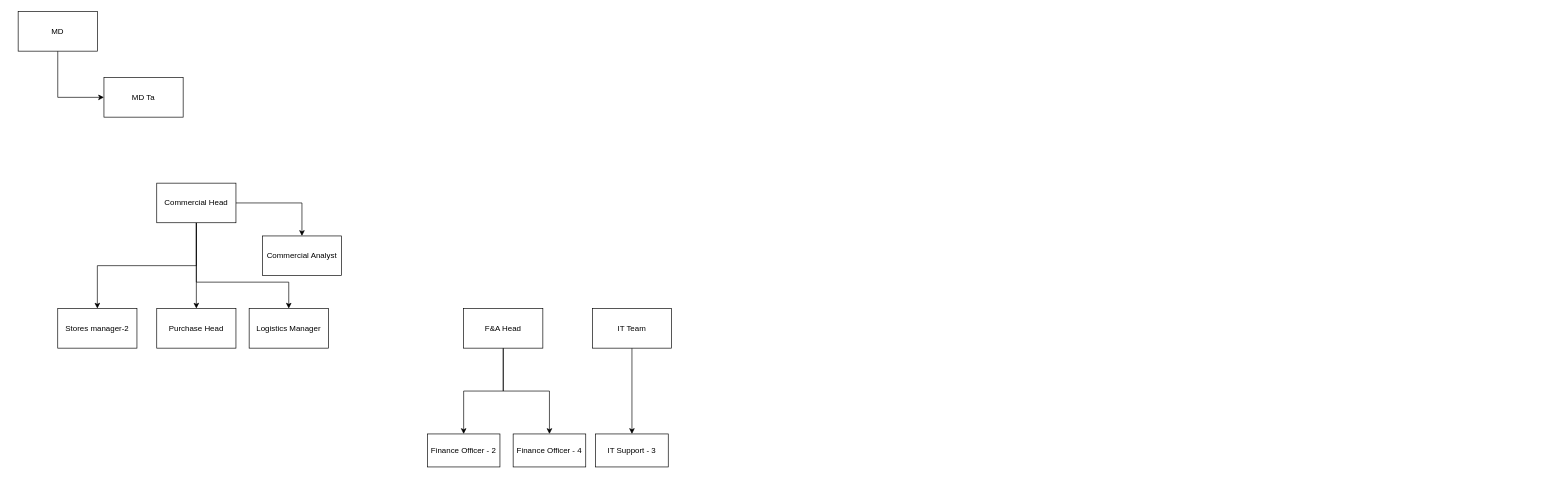
Above: anrml-ceo.drawio in apathre/ANRML_org_charts (draw.io), before the change. Source tidied: cells renumbered, new cells numbered last; positions are measured from the earlier drawing's top-left corner, leaving out a move shared by most shapes. Both pictures are drawn from the tidied source at 66%, with x=0, y=0 at pixel (18, 11).
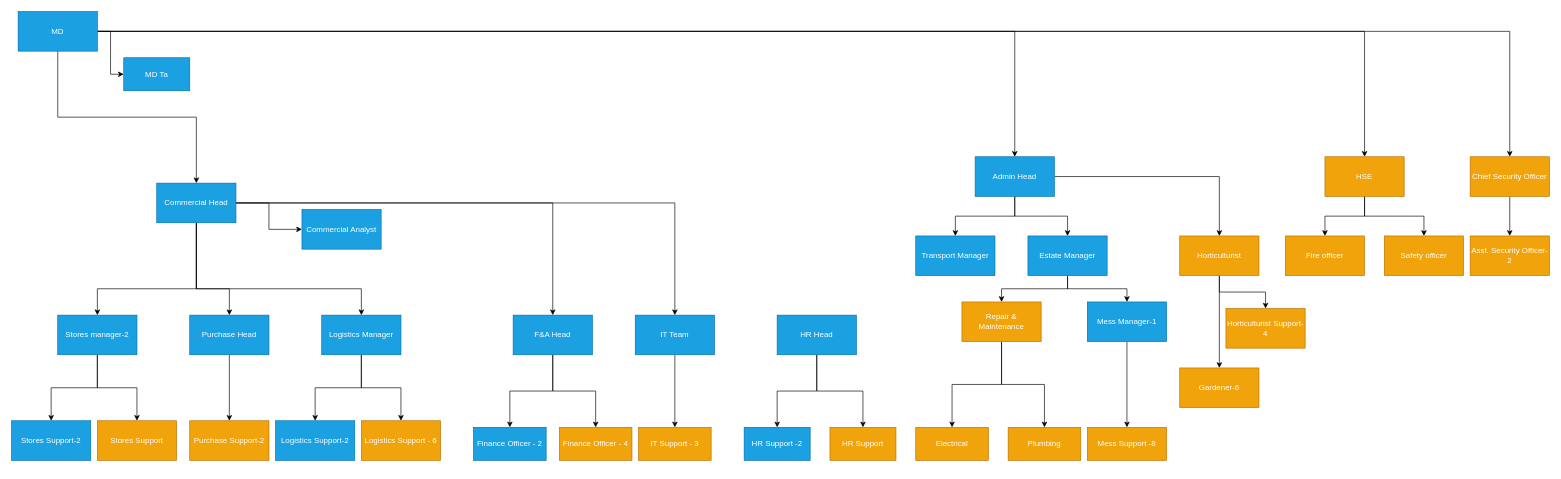
The same diagram, later.

The edit, as a diff of the source:
```diff
@@
-    <mxCell id="2" style="edgeStyle=orthogonalEdgeStyle;rounded=0;jettySize=auto;html=1;exitX=0.5;exitY=1;exitDx=0;exitDy=0;entryX=0;entryY=0.5;entryDx=0;entryDy=0;" parent="1" edge="1" source="3" target="4">
+    <mxCell id="2" style="edgeStyle=orthogonalEdgeStyle;rounded=0;jettySize=auto;html=1;entryX=0;entryY=0.5;entryDx=0;entryDy=0;exitX=1;exitY=0.5;exitDx=0;exitDy=0;" parent="1" edge="1" source="3" target="4">
       <mxGeometry relative="1" as="geometry" />
     </mxCell>
+    <mxCell id="22" style="edgeStyle=orthogonalEdgeStyle;rounded=0;jettySize=auto;html=1;exitX=0.5;exitY=1;exitDx=0;exitDy=0;entryX=0.5;entryY=0;entryDx=0;entryDy=0;" parent="1" edge="1" source="3" target="9">
+      <mxGeometry relative="1" as="geometry" />
+    </mxCell>
+    <mxCell id="23" style="edgeStyle=orthogonalEdgeStyle;rounded=0;jettySize=auto;html=1;exitX=1;exitY=0.5;exitDx=0;exitDy=0;entryX=0.5;entryY=0;entryDx=0;entryDy=0;" parent="1" edge="1" source="3" target="66">
+      <mxGeometry relative="1" as="geometry" />
+    </mxCell>
+    <mxCell id="24" style="edgeStyle=orthogonalEdgeStyle;rounded=0;jettySize=auto;html=1;exitX=1;exitY=0.5;exitDx=0;exitDy=0;" parent="1" edge="1" source="3" target="70">
+      <mxGeometry relative="1" as="geometry" />
+    </mxCell>
+    <mxCell id="25" style="edgeStyle=orthogonalEdgeStyle;rounded=0;jettySize=auto;html=1;exitX=1;exitY=0.5;exitDx=0;exitDy=0;entryX=0.5;entryY=0;entryDx=0;entryDy=0;" parent="1" edge="1" source="3" target="63">
+      <mxGeometry relative="1" as="geometry" />
+    </mxCell>
-    <mxCell id="3" value="MD" style="rounded=0;whiteSpace=wrap;html=1;" parent="1" vertex="1">
+    <mxCell id="3" value="MD" style="rounded=0;whiteSpace=wrap;html=1;fillColor=#1ba1e2;strokeColor=#006EAF;fontColor=#ffffff;" parent="1" vertex="1">
       <mxGeometry width="120" height="60" as="geometry" />
     </mxCell>
-    <mxCell id="4" value="MD Ta" style="rounded=0;whiteSpace=wrap;html=1;" parent="1" vertex="1">
-      <mxGeometry x="130" y="100" width="120" height="60" as="geometry" />
+    <mxCell id="4" value="MD Ta" style="rounded=0;whiteSpace=wrap;html=1;fillColor=#1ba1e2;strokeColor=#006EAF;fontColor=#ffffff;" parent="1" vertex="1">
+      <mxGeometry x="160" y="70" width="100" height="50" as="geometry" />
     </mxCell>
@@
-    <mxCell id="6" style="edgeStyle=orthogonalEdgeStyle;rounded=0;jettySize=auto;html=1;exitX=0.5;exitY=1;exitDx=0;exitDy=0;" parent="1" edge="1" source="9" target="13">
+    <mxCell id="6" style="edgeStyle=orthogonalEdgeStyle;rounded=0;jettySize=auto;html=1;exitX=0.5;exitY=1;exitDx=0;exitDy=0;entryX=0.5;entryY=0;entryDx=0;entryDy=0;" parent="1" edge="1" source="9" target="13">
       <mxGeometry relative="1" as="geometry">
         <Array as="points">
-          <mxPoint x="270" y="410" />
-          <mxPoint x="410" y="410" />
+          <mxPoint x="270" y="420" />
+          <mxPoint x="520" y="420" />
         </Array>
       </mxGeometry>
     </mxCell>
     <mxCell id="7" style="edgeStyle=orthogonalEdgeStyle;rounded=0;jettySize=auto;html=1;exitX=0.5;exitY=1;exitDx=0;exitDy=0;" parent="1" edge="1" source="9" target="11">
-      <mxGeometry relative="1" as="geometry" />
+      <mxGeometry relative="1" as="geometry">
+        <Array as="points">
+          <mxPoint x="270" y="420" />
+          <mxPoint x="320" y="420" />
+        </Array>
+      </mxGeometry>
     </mxCell>
     <mxCell id="8" style="edgeStyle=orthogonalEdgeStyle;rounded=0;jettySize=auto;html=1;exitX=0.5;exitY=1;exitDx=0;exitDy=0;" parent="1" edge="1" source="9" target="12">
-      <mxGeometry relative="1" as="geometry" />
+      <mxGeometry relative="1" as="geometry">
+        <Array as="points">
+          <mxPoint x="270" y="420" />
+          <mxPoint x="120" y="420" />
+        </Array>
+      </mxGeometry>
     </mxCell>
+    <mxCell id="26" style="edgeStyle=orthogonalEdgeStyle;rounded=0;jettySize=auto;html=1;exitX=1;exitY=0.5;exitDx=0;exitDy=0;" parent="1" edge="1" source="9" target="16">
+      <mxGeometry relative="1" as="geometry" />
+    </mxCell>
+    <mxCell id="27" style="edgeStyle=orthogonalEdgeStyle;rounded=0;jettySize=auto;html=1;exitX=1;exitY=0.5;exitDx=0;exitDy=0;" parent="1" edge="1" source="9" target="18">
+      <mxGeometry relative="1" as="geometry" />
+    </mxCell>
-    <mxCell id="9" value="Commercial Head" style="rounded=0;whiteSpace=wrap;html=1;" parent="1" vertex="1">
+    <mxCell id="9" value="Commercial Head" style="rounded=0;whiteSpace=wrap;html=1;fillColor=#1ba1e2;strokeColor=#006EAF;fontColor=#ffffff;" parent="1" vertex="1">
       <mxGeometry x="210" y="260" width="120" height="60" as="geometry" />
     </mxCell>
-    <mxCell id="10" value="Commercial Analyst" style="rounded=0;whiteSpace=wrap;html=1;" parent="1" vertex="1">
-      <mxGeometry x="370" y="340" width="120" height="60" as="geometry" />
+    <mxCell id="10" value="Commercial Analyst" style="rounded=0;whiteSpace=wrap;html=1;fillColor=#1ba1e2;strokeColor=#006EAF;fontColor=#ffffff;" parent="1" vertex="1">
+      <mxGeometry x="430" y="300" width="120" height="60" as="geometry" />
     </mxCell>
+    <mxCell id="28" style="edgeStyle=orthogonalEdgeStyle;rounded=0;jettySize=auto;html=1;exitX=0.5;exitY=1;exitDx=0;exitDy=0;" parent="1" edge="1" source="11" target="35">
+      <mxGeometry relative="1" as="geometry" />
+    </mxCell>
-    <mxCell id="11" value="Purchase Head" style="rounded=0;whiteSpace=wrap;html=1;" parent="1" vertex="1">
-      <mxGeometry x="210" y="450" width="120" height="60" as="geometry" />
+    <mxCell id="11" value="Purchase Head" style="rounded=0;whiteSpace=wrap;html=1;fillColor=#1ba1e2;strokeColor=#006EAF;fontColor=#ffffff;" parent="1" vertex="1">
+      <mxGeometry x="260" y="460" width="120" height="60" as="geometry" />
     </mxCell>
+    <mxCell id="29" style="edgeStyle=orthogonalEdgeStyle;rounded=0;jettySize=auto;html=1;" parent="1" edge="1" source="12" target="33">
+      <mxGeometry relative="1" as="geometry" />
+    </mxCell>
+    <mxCell id="30" style="edgeStyle=orthogonalEdgeStyle;rounded=0;jettySize=auto;html=1;exitX=0.5;exitY=1;exitDx=0;exitDy=0;entryX=0.5;entryY=0;entryDx=0;entryDy=0;" parent="1" edge="1" source="12" target="34">
+      <mxGeometry relative="1" as="geometry" />
+    </mxCell>
-    <mxCell id="12" value="Stores manager-2" style="rounded=0;whiteSpace=wrap;html=1;" parent="1" vertex="1">
-      <mxGeometry x="60" y="450" width="120" height="60" as="geometry" />
+    <mxCell id="12" value="Stores manager-2" style="rounded=0;whiteSpace=wrap;html=1;fillColor=#1ba1e2;strokeColor=#006EAF;fontColor=#ffffff;" parent="1" vertex="1">
+      <mxGeometry x="60" y="460" width="120" height="60" as="geometry" />
     </mxCell>
+    <mxCell id="31" style="edgeStyle=orthogonalEdgeStyle;rounded=0;jettySize=auto;html=1;exitX=0.5;exitY=1;exitDx=0;exitDy=0;" parent="1" edge="1" source="13" target="36">
+      <mxGeometry relative="1" as="geometry" />
+    </mxCell>
+    <mxCell id="32" style="edgeStyle=orthogonalEdgeStyle;rounded=0;jettySize=auto;html=1;exitX=0.5;exitY=1;exitDx=0;exitDy=0;" parent="1" edge="1" source="13" target="37">
+      <mxGeometry relative="1" as="geometry" />
+    </mxCell>
-    <mxCell id="13" value="Logistics Manager" style="rounded=0;whiteSpace=wrap;html=1;" parent="1" vertex="1">
-      <mxGeometry x="350" y="450" width="120" height="60" as="geometry" />
+    <mxCell id="13" value="Logistics Manager" style="rounded=0;whiteSpace=wrap;html=1;fillColor=#1ba1e2;strokeColor=#006EAF;fontColor=#ffffff;" parent="1" vertex="1">
+      <mxGeometry x="460" y="460" width="120" height="60" as="geometry" />
     </mxCell>
@@
-    <mxCell id="16" value="F&amp;amp;A Head" style="rounded=0;whiteSpace=wrap;html=1;" parent="1" vertex="1">
-      <mxGeometry x="675" y="450" width="120" height="60" as="geometry" />
+    <mxCell id="16" value="F&amp;amp;A Head" style="rounded=0;whiteSpace=wrap;html=1;fillColor=#1ba1e2;strokeColor=#006EAF;fontColor=#ffffff;" parent="1" vertex="1">
+      <mxGeometry x="750" y="460" width="120" height="60" as="geometry" />
     </mxCell>
@@
-    <mxCell id="18" value="IT Team" style="rounded=0;whiteSpace=wrap;html=1;" parent="1" vertex="1">
-      <mxGeometry x="870" y="450" width="120" height="60" as="geometry" />
+    <mxCell id="18" value="IT Team" style="rounded=0;whiteSpace=wrap;html=1;fillColor=#1ba1e2;strokeColor=#006EAF;fontColor=#ffffff;" parent="1" vertex="1">
+      <mxGeometry x="935" y="460" width="120" height="60" as="geometry" />
     </mxCell>
-    <mxCell id="19" value="IT Support - 3" style="rounded=0;whiteSpace=wrap;html=1;" parent="1" vertex="1">
-      <mxGeometry x="875" y="640" width="110" height="50" as="geometry" />
+    <mxCell id="19" value="IT Support - 3" style="rounded=0;whiteSpace=wrap;html=1;fillColor=#f0a30a;strokeColor=#BD7000;fontColor=#ffffff;" parent="1" vertex="1">
+      <mxGeometry x="940" y="630" width="110" height="50" as="geometry" />
     </mxCell>
-    <mxCell id="20" value="Finance Officer - 4" style="rounded=0;whiteSpace=wrap;html=1;" parent="1" vertex="1">
-      <mxGeometry x="750" y="640" width="110" height="50" as="geometry" />
+    <mxCell id="20" value="Finance Officer - 4" style="rounded=0;whiteSpace=wrap;html=1;fillColor=#f0a30a;strokeColor=#BD7000;fontColor=#ffffff;" parent="1" vertex="1">
+      <mxGeometry x="820" y="630" width="110" height="50" as="geometry" />
     </mxCell>
-    <mxCell id="21" value="Finance Officer - 2" style="rounded=0;whiteSpace=wrap;html=1;" parent="1" vertex="1">
-      <mxGeometry x="620" y="640" width="110" height="50" as="geometry" />
+    <mxCell id="21" value="Finance Officer - 2" style="rounded=0;whiteSpace=wrap;html=1;fillColor=#1ba1e2;strokeColor=#006EAF;fontColor=#ffffff;" parent="1" vertex="1">
+      <mxGeometry x="690" y="630" width="110" height="50" as="geometry" />
     </mxCell>
+    <mxCell id="33" value="Stores Support-2" style="whiteSpace=wrap;html=1;rounded=0;fillColor=#1ba1e2;strokeColor=#006EAF;fontColor=#ffffff;" parent="1" vertex="1">
+      <mxGeometry x="-10" y="620" width="120" height="60" as="geometry" />
+    </mxCell>
+    <mxCell id="34" value="Stores Support" style="rounded=0;whiteSpace=wrap;html=1;fillColor=#f0a30a;strokeColor=#BD7000;fontColor=#ffffff;" parent="1" vertex="1">
+      <mxGeometry x="120" y="620" width="120" height="60" as="geometry" />
+    </mxCell>
+    <mxCell id="35" value="Purchase Support-2" style="rounded=0;whiteSpace=wrap;html=1;fillColor=#f0a30a;strokeColor=#BD7000;fontColor=#ffffff;" parent="1" vertex="1">
+      <mxGeometry x="260" y="620" width="120" height="60" as="geometry" />
+    </mxCell>
+    <mxCell id="36" value="Logistics Support-2" style="rounded=0;whiteSpace=wrap;html=1;fillColor=#1ba1e2;strokeColor=#006EAF;fontColor=#ffffff;" parent="1" vertex="1">
+      <mxGeometry x="390" y="620" width="120" height="60" as="geometry" />
+    </mxCell>
+    <mxCell id="37" value="Logistics Support - 6" style="rounded=0;whiteSpace=wrap;html=1;fillColor=#f0a30a;strokeColor=#BD7000;fontColor=#ffffff;" parent="1" vertex="1">
+      <mxGeometry x="520" y="620" width="120" height="60" as="geometry" />
+    </mxCell>
+    <mxCell id="38" value="HR Support -2" style="rounded=0;whiteSpace=wrap;html=1;fillColor=#1ba1e2;strokeColor=#006EAF;fontColor=#ffffff;" parent="1" vertex="1">
+      <mxGeometry x="1100" y="630" width="100" height="50" as="geometry" />
+    </mxCell>
+    <mxCell id="39" value="HR Support" style="rounded=0;whiteSpace=wrap;html=1;fillColor=#f0a30a;strokeColor=#BD7000;fontColor=#ffffff;" parent="1" vertex="1">
+      <mxGeometry x="1230" y="630" width="100" height="50" as="geometry" />
+    </mxCell>
+    <mxCell id="40" style="edgeStyle=orthogonalEdgeStyle;rounded=0;jettySize=auto;html=1;exitX=0.5;exitY=1;exitDx=0;exitDy=0;entryX=0.5;entryY=0;entryDx=0;entryDy=0;" parent="1" edge="1" source="42" target="38">
+      <mxGeometry relative="1" as="geometry" />
+    </mxCell>
+    <mxCell id="41" style="edgeStyle=orthogonalEdgeStyle;rounded=0;jettySize=auto;html=1;exitX=0.5;exitY=1;exitDx=0;exitDy=0;" parent="1" edge="1" source="42" target="39">
+      <mxGeometry relative="1" as="geometry" />
+    </mxCell>
+    <mxCell id="42" value="HR Head" style="rounded=0;whiteSpace=wrap;html=1;fillColor=#1ba1e2;strokeColor=#006EAF;fontColor=#ffffff;" parent="1" vertex="1">
+      <mxGeometry x="1150" y="460" width="120" height="60" as="geometry" />
+    </mxCell>
+    <mxCell id="43" value="Transport Manager" style="rounded=0;whiteSpace=wrap;html=1;fillColor=#1ba1e2;strokeColor=#006EAF;fontColor=#ffffff;" parent="1" vertex="1">
+      <mxGeometry x="1360" y="340" width="120" height="60" as="geometry" />
+    </mxCell>
+    <mxCell id="44" style="edgeStyle=orthogonalEdgeStyle;rounded=0;jettySize=auto;html=1;" parent="1" edge="1" source="46" target="49">
+      <mxGeometry relative="1" as="geometry" />
+    </mxCell>
+    <mxCell id="45" style="edgeStyle=orthogonalEdgeStyle;rounded=0;jettySize=auto;html=1;exitX=0.5;exitY=1;exitDx=0;exitDy=0;" parent="1" edge="1" source="46" target="53">
+      <mxGeometry relative="1" as="geometry" />
+    </mxCell>
+    <mxCell id="46" value="Estate Manager" style="rounded=0;whiteSpace=wrap;html=1;fillColor=#1ba1e2;strokeColor=#006EAF;fontColor=#ffffff;" parent="1" vertex="1">
+      <mxGeometry x="1530" y="340" width="120" height="60" as="geometry" />
+    </mxCell>
+    <mxCell id="47" style="edgeStyle=orthogonalEdgeStyle;rounded=0;jettySize=auto;html=1;exitX=0.5;exitY=1;exitDx=0;exitDy=0;entryX=0.5;entryY=0;entryDx=0;entryDy=0;" parent="1" edge="1" source="49" target="51">
+      <mxGeometry relative="1" as="geometry" />
+    </mxCell>
+    <mxCell id="48" style="edgeStyle=orthogonalEdgeStyle;rounded=0;jettySize=auto;html=1;exitX=0.5;exitY=1;exitDx=0;exitDy=0;" parent="1" edge="1" source="49" target="50">
+      <mxGeometry relative="1" as="geometry" />
+    </mxCell>
+    <mxCell id="49" value="Repair &amp;amp; Maintenance" style="whiteSpace=wrap;html=1;rounded=0;fontColor=#ffffff;strokeColor=#BD7000;fillColor=#f0a30a;" parent="1" vertex="1">
+      <mxGeometry x="1430" y="440" width="120" height="60" as="geometry" />
+    </mxCell>
+    <mxCell id="50" value="Plumbing" style="rounded=0;whiteSpace=wrap;html=1;fillColor=#f0a30a;strokeColor=#BD7000;fontColor=#ffffff;" parent="1" vertex="1">
+      <mxGeometry x="1500" y="630" width="110" height="50" as="geometry" />
+    </mxCell>
+    <mxCell id="51" value="Electrical" style="rounded=0;whiteSpace=wrap;html=1;fillColor=#f0a30a;strokeColor=#BD7000;fontColor=#ffffff;" parent="1" vertex="1">
+      <mxGeometry x="1360" y="630" width="110" height="50" as="geometry" />
+    </mxCell>
+    <mxCell id="52" style="edgeStyle=orthogonalEdgeStyle;rounded=0;jettySize=auto;html=1;" parent="1" edge="1" source="53" target="54">
+      <mxGeometry relative="1" as="geometry" />
+    </mxCell>
+    <mxCell id="53" value="Mess Manager-1" style="rounded=0;whiteSpace=wrap;html=1;fillColor=#1ba1e2;strokeColor=#006EAF;fontColor=#ffffff;" parent="1" vertex="1">
+      <mxGeometry x="1620" y="440" width="120" height="60" as="geometry" />
+    </mxCell>
+    <mxCell id="54" value="Mess Support -8" style="rounded=0;whiteSpace=wrap;html=1;fillColor=#f0a30a;strokeColor=#BD7000;fontColor=#ffffff;" parent="1" vertex="1">
+      <mxGeometry x="1620" y="630" width="120" height="50" as="geometry" />
+    </mxCell>
+    <mxCell id="55" style="edgeStyle=orthogonalEdgeStyle;rounded=0;jettySize=auto;html=1;" parent="1" edge="1" source="57" target="58">
+      <mxGeometry relative="1" as="geometry" />
+    </mxCell>
+    <mxCell id="56" style="edgeStyle=orthogonalEdgeStyle;rounded=0;jettySize=auto;html=1;exitX=0.5;exitY=1;exitDx=0;exitDy=0;entryX=0.5;entryY=0;entryDx=0;entryDy=0;" parent="1" edge="1" source="57" target="59">
+      <mxGeometry relative="1" as="geometry" />
+    </mxCell>
+    <mxCell id="57" value="Horticulturist" style="rounded=0;whiteSpace=wrap;html=1;fillColor=#f0a30a;strokeColor=#BD7000;fontColor=#ffffff;" parent="1" vertex="1">
+      <mxGeometry x="1760" y="340" width="120" height="60" as="geometry" />
+    </mxCell>
+    <mxCell id="58" value="Gardener-6" style="whiteSpace=wrap;html=1;rounded=0;fillColor=#f0a30a;strokeColor=#BD7000;fontColor=#ffffff;" parent="1" vertex="1">
+      <mxGeometry x="1760" y="540" width="120" height="60" as="geometry" />
+    </mxCell>
+    <mxCell id="59" value="Horticulturist Support-4" style="rounded=0;whiteSpace=wrap;html=1;fillColor=#f0a30a;strokeColor=#BD7000;fontColor=#ffffff;" parent="1" vertex="1">
+      <mxGeometry x="1830" y="450" width="120" height="60" as="geometry" />
+    </mxCell>
+    <mxCell id="60" style="edgeStyle=orthogonalEdgeStyle;rounded=0;jettySize=auto;html=1;exitX=0.5;exitY=1;exitDx=0;exitDy=0;entryX=0.5;entryY=0;entryDx=0;entryDy=0;" parent="1" edge="1" source="63" target="43">
+      <mxGeometry relative="1" as="geometry" />
+    </mxCell>
+    <mxCell id="61" style="edgeStyle=orthogonalEdgeStyle;rounded=0;jettySize=auto;html=1;exitX=0.5;exitY=1;exitDx=0;exitDy=0;entryX=0.5;entryY=0;entryDx=0;entryDy=0;" parent="1" edge="1" source="63" target="46">
+      <mxGeometry relative="1" as="geometry" />
+    </mxCell>
+    <mxCell id="62" style="edgeStyle=orthogonalEdgeStyle;rounded=0;jettySize=auto;html=1;exitX=1;exitY=0.5;exitDx=0;exitDy=0;entryX=0.5;entryY=0;entryDx=0;entryDy=0;" parent="1" edge="1" source="63" target="57">
+      <mxGeometry relative="1" as="geometry" />
+    </mxCell>
+    <mxCell id="63" value="Admin Head" style="rounded=0;whiteSpace=wrap;html=1;fillColor=#1ba1e2;strokeColor=#006EAF;fontColor=#ffffff;" parent="1" vertex="1">
+      <mxGeometry x="1450" y="220" width="120" height="60" as="geometry" />
+    </mxCell>
+    <mxCell id="64" style="edgeStyle=orthogonalEdgeStyle;rounded=0;jettySize=auto;html=1;exitX=0.5;exitY=1;exitDx=0;exitDy=0;" parent="1" edge="1" source="66" target="67">
+      <mxGeometry relative="1" as="geometry" />
+    </mxCell>
+    <mxCell id="65" style="edgeStyle=orthogonalEdgeStyle;rounded=0;jettySize=auto;html=1;exitX=0.5;exitY=1;exitDx=0;exitDy=0;entryX=0.5;entryY=0;entryDx=0;entryDy=0;" parent="1" edge="1" source="66" target="68">
+      <mxGeometry relative="1" as="geometry" />
+    </mxCell>
+    <mxCell id="66" value="HSE" style="rounded=0;whiteSpace=wrap;html=1;fillColor=#f0a30a;strokeColor=#BD7000;fontColor=#ffffff;" parent="1" vertex="1">
+      <mxGeometry x="1980" y="220" width="120" height="60" as="geometry" />
+    </mxCell>
+    <mxCell id="67" value="Fire officer" style="rounded=0;whiteSpace=wrap;html=1;fillColor=#f0a30a;strokeColor=#BD7000;fontColor=#ffffff;" parent="1" vertex="1">
+      <mxGeometry x="1920" y="340" width="120" height="60" as="geometry" />
+    </mxCell>
+    <mxCell id="68" value="Safety officer" style="rounded=0;whiteSpace=wrap;html=1;fillColor=#f0a30a;strokeColor=#BD7000;fontColor=#ffffff;" parent="1" vertex="1">
+      <mxGeometry x="2070" y="340" width="120" height="60" as="geometry" />
+    </mxCell>
+    <mxCell id="69" style="edgeStyle=orthogonalEdgeStyle;rounded=0;jettySize=auto;html=1;exitX=0.5;exitY=1;exitDx=0;exitDy=0;entryX=0.5;entryY=0;entryDx=0;entryDy=0;" parent="1" edge="1" source="70" target="71">
+      <mxGeometry relative="1" as="geometry" />
+    </mxCell>
+    <mxCell id="70" value="Chief Security Officer" style="rounded=0;whiteSpace=wrap;html=1;fillColor=#f0a30a;strokeColor=#BD7000;fontColor=#ffffff;" parent="1" vertex="1">
+      <mxGeometry x="2200" y="220" width="120" height="60" as="geometry" />
+    </mxCell>
+    <mxCell id="71" value="Asst. Security Officer-2" style="rounded=0;whiteSpace=wrap;html=1;fillColor=#f0a30a;strokeColor=#BD7000;fontColor=#ffffff;" parent="1" vertex="1">
+      <mxGeometry x="2200" y="340" width="120" height="60" as="geometry" />
+    </mxCell>
```
